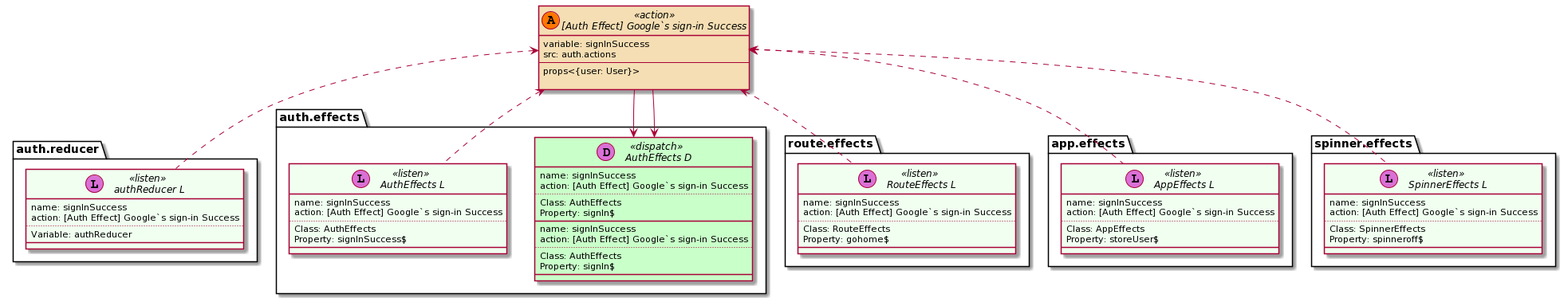
Before: out/_Auth-Effect_Google`s-sign-in-Success.png, a diagram exported from PlantUML (shreeshreee/classroom-rds). Source of this version:
```plantuml
@startuml
set namespaceSeparator ::
skinparam class {
    BackgroundColor<<listen>> HoneyDew
    BackgroundColor<<action>> Wheat
    BackgroundColor<<dispatch>> Technology
}

interface "[Auth Effect] Google`s sign-in Success" << (A,#FF7700) action >> {
            variable: signInSuccess
            src: auth.actions
            --
            props<{user: User}>

        }


interface "auth.reducer:: authReducer L" << (L,orchid) listen >> {
            name: signInSuccess
            action: [Auth Effect] Google`s sign-in Success
            ..
            Variable: authReducer
            __
        }
        "[Auth Effect] Google`s sign-in Success" <.down. "auth.reducer:: authReducer L"

interface "auth.effects:: AuthEffects D" << (D,orchid) dispatch >> {
            name: signInSuccess
            action: [Auth Effect] Google`s sign-in Success
            ..
            Class: AuthEffects
Property: signIn$
            __
        }
        "[Auth Effect] Google`s sign-in Success" -down-> "auth.effects:: AuthEffects D"

interface "auth.effects:: AuthEffects D" << (D,orchid) dispatch >> {
            name: signInSuccess
            action: [Auth Effect] Google`s sign-in Success
            ..
            Class: AuthEffects
Property: signIn$
            __
        }
        "[Auth Effect] Google`s sign-in Success" -down-> "auth.effects:: AuthEffects D"

interface "auth.effects:: AuthEffects L" << (L,orchid) listen >> {
            name: signInSuccess
            action: [Auth Effect] Google`s sign-in Success
            ..
            Class: AuthEffects
Property: signInSuccess$
            __
        }
        "[Auth Effect] Google`s sign-in Success" <.down. "auth.effects:: AuthEffects L"

interface "route.effects:: RouteEffects L" << (L,orchid) listen >> {
            name: signInSuccess
            action: [Auth Effect] Google`s sign-in Success
            ..
            Class: RouteEffects
Property: gohome$
            __
        }
        "[Auth Effect] Google`s sign-in Success" <.down. "route.effects:: RouteEffects L"

interface "app.effects:: AppEffects L" << (L,orchid) listen >> {
            name: signInSuccess
            action: [Auth Effect] Google`s sign-in Success
            ..
            Class: AppEffects
Property: storeUser$
            __
        }
        "[Auth Effect] Google`s sign-in Success" <.down. "app.effects:: AppEffects L"

interface "spinner.effects:: SpinnerEffects L" << (L,orchid) listen >> {
            name: signInSuccess
            action: [Auth Effect] Google`s sign-in Success
            ..
            Class: SpinnerEffects
Property: spinneroff$
            __
        }
        "[Auth Effect] Google`s sign-in Success" <.down. "spinner.effects:: SpinnerEffects L"
@enduml
```
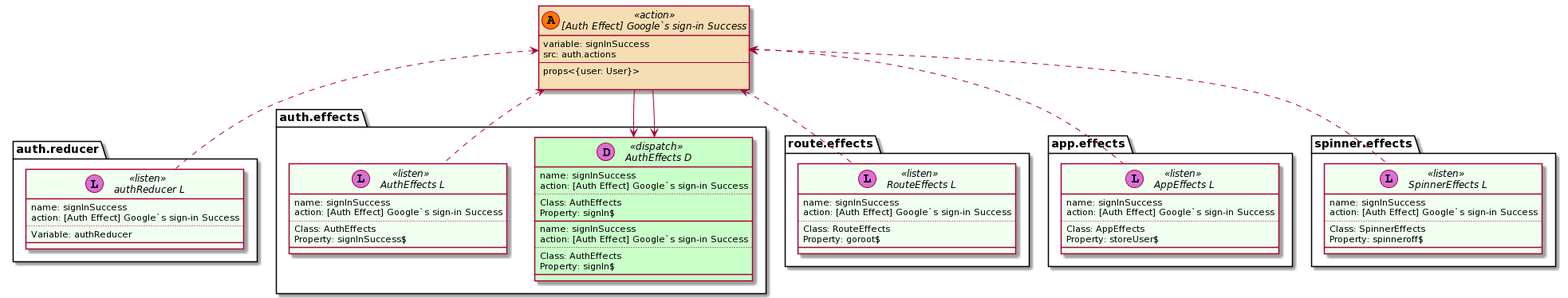
The same diagram one commit later.

What changed in the source:
```diff
@@ -59,7 +59,7 @@
             action: [Auth Effect] Google`s sign-in Success
             ..
             Class: RouteEffects
-Property: gohome$
+Property: goroot$
             __
         }
         "[Auth Effect] Google`s sign-in Success" <.down. "route.effects:: RouteEffects L"
```
